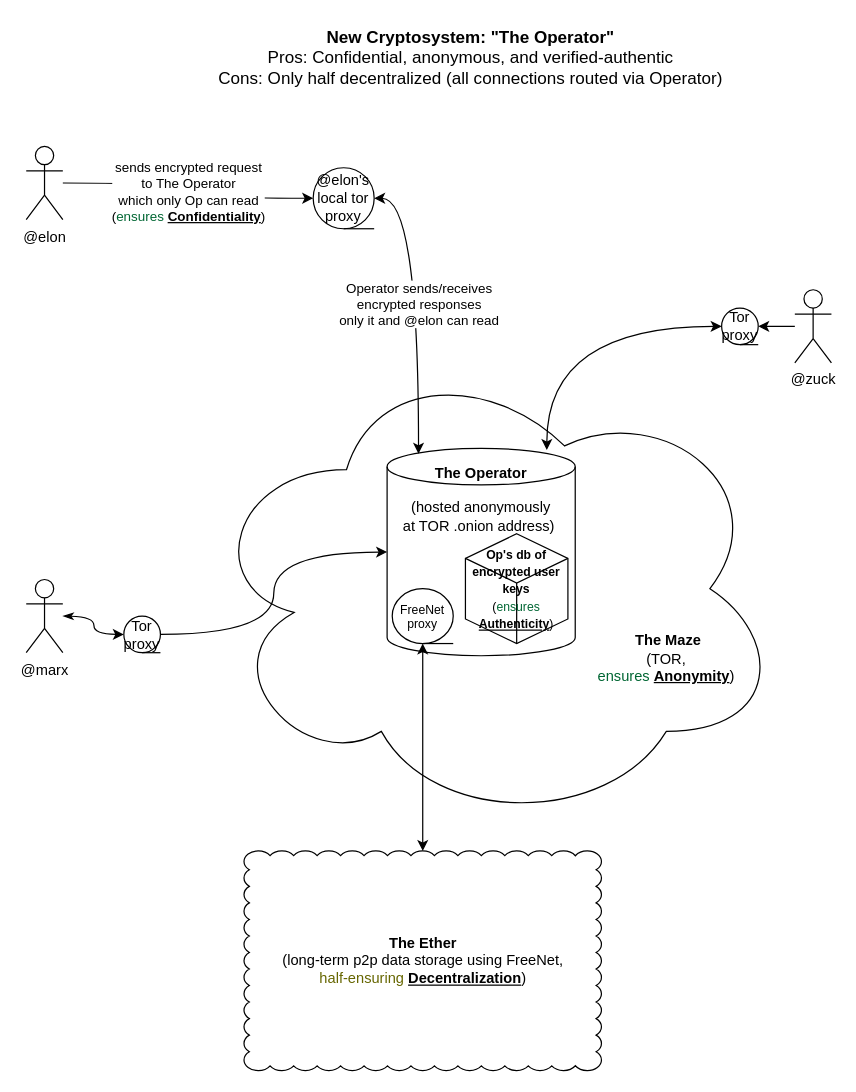
Above: page "Overall Operator System v2" (3 of 5) of docs/cryptosystems.drawio in ComradOrg/Comrad (draw.io), before the change. Source tidied: cells renumbered, new cells numbered last; positions are measured from the earlier drawing's top-left corner, leaving out a move shared by most shapes. Both pictures are drawn from the tidied source at 122%, with x=0, y=0 at pixel (26, 21).
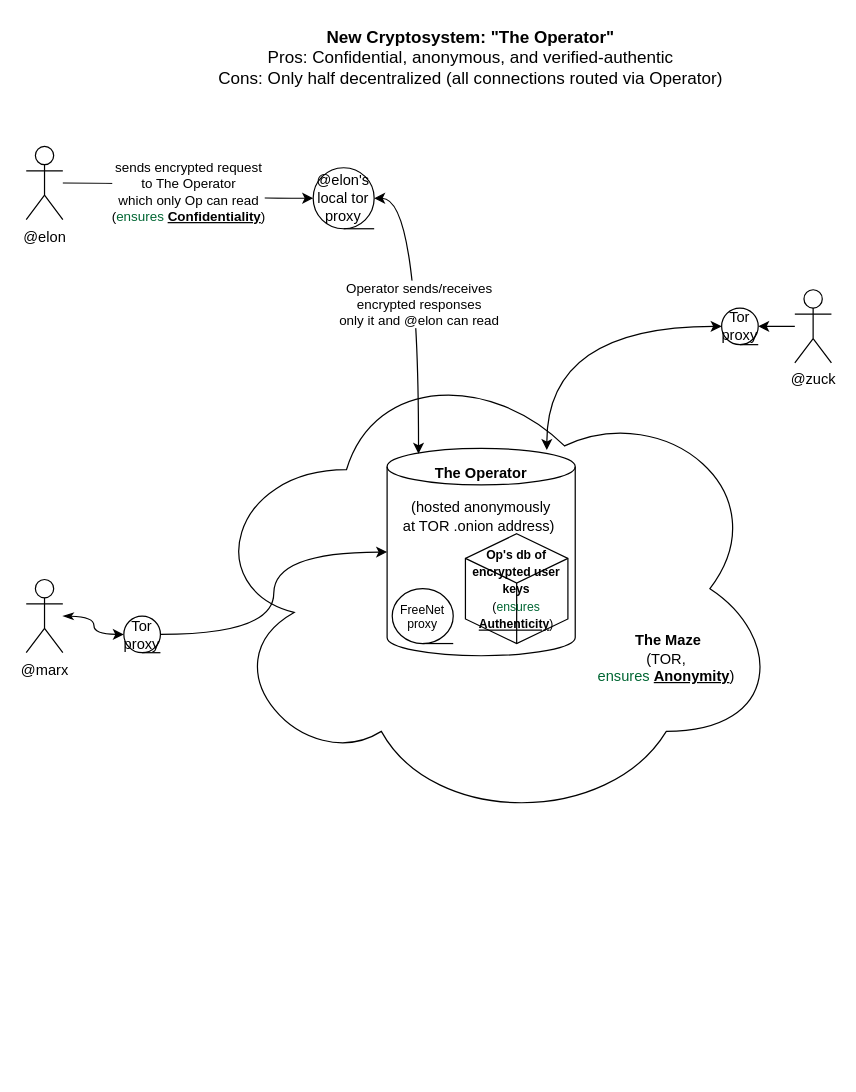
Above is the later version.

The change refers to these unchanged cells:
```xml
<mxCell id="19" value="FreeNet&lt;br style=&quot;font-size: 10px;&quot;&gt;proxy" style="shape=tapeData;whiteSpace=wrap;html=1;perimeter=ellipsePerimeter;fontSize=10;" parent="1" vertex="1">
  <mxGeometry x="300" y="465" width="50" height="45" as="geometry" />
</mxCell>
```

Change to the diagram source:
```diff
@@
-    <mxCell id="17" value="The Ether&lt;br&gt;&lt;span style=&quot;font-weight: normal&quot;&gt;(long-term p2p data storage using FreeNet,&lt;/span&gt;&lt;br&gt;&lt;span style=&quot;font-weight: normal&quot;&gt;&lt;font color=&quot;#666600&quot;&gt;half-ensuring&lt;/font&gt;&amp;nbsp;&lt;/span&gt;&lt;u&gt;Decentralization&lt;/u&gt;&lt;span style=&quot;font-weight: normal&quot;&gt;)&lt;/span&gt;" style="whiteSpace=wrap;html=1;shape=mxgraph.basic.cloud_rect;fontStyle=1;" parent="1" vertex="1">
-      <mxGeometry x="178.5" y="680" width="293" height="180" as="geometry" />
-    </mxCell>
-    <mxCell id="18" style="edgeStyle=orthogonalEdgeStyle;curved=1;jettySize=auto;html=1;startArrow=classic;startFill=1;endArrow=classic;endFill=1;strokeColor=#000000;fontSize=10;" parent="1" edge="1" source="19" target="17">
-      <mxGeometry relative="1" as="geometry" />
-    </mxCell>
```
